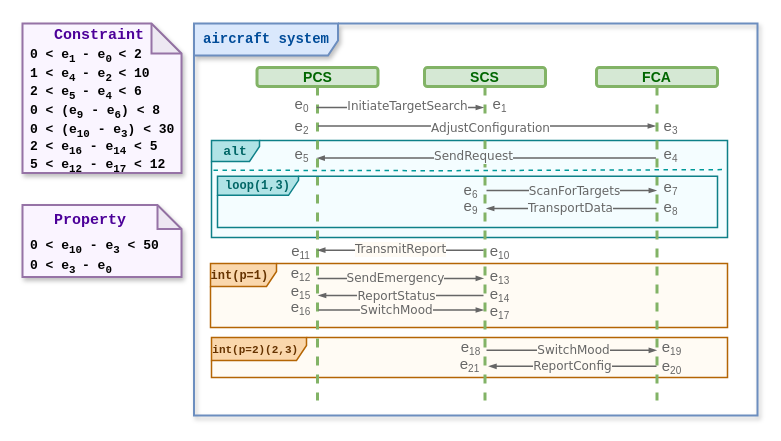
This is example.drawio from ShiYufei0708/draw, a draw.io file, before an edit. Source tidied: cells renumbered, new cells numbered last; positions are measured from the earlier drawing's top-left corner, leaving out a move shared by most shapes. Both pictures are drawn from the tidied source at 100%, with x=0, y=0 at pixel (22, 20).
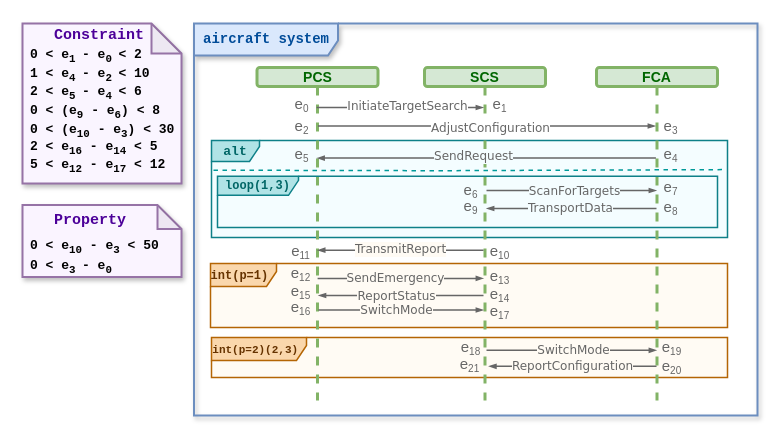
The same page after the edit.

The change refers to these unchanged cells:
```xml
<mxCell id="28" style="html=1;verticalAlign=bottom;endArrow=blockThin;curved=0;rounded=0;endSize=4;strokeWidth=1.5;endFill=1;strokeColor=light-dark(#666666,#EDEDED);" parent="1" edge="1">
  <mxGeometry relative="1" as="geometry">
    <mxPoint x="295.9" y="289.5" as="sourcePoint" />
    <mxPoint x="461" y="289.5" as="targetPoint" />
  </mxGeometry>
</mxCell>
<mxCell id="30" style="html=1;verticalAlign=bottom;endArrow=none;curved=0;rounded=0;endFill=0;strokeColor=light-dark(#666666,#EDEDED);endSize=4;strokeWidth=1.5;startSize=4;startArrow=blockThin;startFill=1;" parent="1" edge="1">
  <mxGeometry relative="1" as="geometry">
    <mxPoint x="634" y="329.8" as="sourcePoint" />
    <mxPoint x="464" y="329.8" as="targetPoint" />
  </mxGeometry>
</mxCell>
<mxCell id="32" style="html=1;verticalAlign=bottom;endArrow=none;curved=0;rounded=0;endSize=4;strokeWidth=1.5;endFill=0;strokeColor=light-dark(#666666,#EDEDED);startArrow=blockThin;startFill=1;startSize=4;" parent="1" edge="1">
  <mxGeometry relative="1" as="geometry">
    <mxPoint x="466.3" y="345.8" as="sourcePoint" />
    <mxPoint x="634" y="345.8" as="targetPoint" />
  </mxGeometry>
</mxCell>
<mxCell id="58" style="group;strokeWidth=3;dashed=1;shadow=1;rounded=0;" parent="1" vertex="1">
  <mxGeometry y="3" width="159" height="172" as="geometry" />
</mxCell>
```

Diff of the diagram source:
```diff
@@
-    <mxCell id="29" value="&lt;span style=&quot;text-align: left; white-space: pre-wrap;&quot;&gt;&lt;font style=&quot;font-size: 12px;&quot; face=&quot;Verdana&quot;&gt;SwitchMood&lt;/font&gt;&lt;/span&gt;" style="edgeLabel;html=1;align=center;verticalAlign=middle;labelBackgroundColor=light-dark(#fffbf4, #ededed);fontColor=#666666;" parent="28" vertex="1">
+    <mxCell id="29" value="&lt;span style=&quot;text-align: left; white-space: pre-wrap;&quot;&gt;&lt;font style=&quot;font-size: 12px;&quot; face=&quot;Verdana&quot;&gt;SwitchMode&lt;/font&gt;&lt;/span&gt;" style="edgeLabel;html=1;align=center;verticalAlign=middle;labelBackgroundColor=light-dark(#fffbf4, #ededed);fontColor=#666666;" parent="28" vertex="1">
       <mxGeometry x="-0.02" y="-1" relative="1" as="geometry">
         <mxPoint x="-3" y="-1" as="offset" />
       </mxGeometry>
     </mxCell>
@@
-    <mxCell id="31" value="&lt;font style=&quot;font-size: 12px;&quot; face=&quot;Verdana&quot;&gt;SwitchMood&lt;/font&gt;" style="edgeLabel;html=1;align=center;verticalAlign=middle;fontColor=#666666;labelBackgroundColor=light-dark(#fffbf4, #ededed);" parent="30" vertex="1">
+    <mxCell id="31" value="&lt;font style=&quot;font-size: 12px;&quot; face=&quot;Verdana&quot;&gt;SwitchMode&lt;/font&gt;" style="edgeLabel;html=1;align=center;verticalAlign=middle;fontColor=#666666;labelBackgroundColor=light-dark(#fffbf4, #ededed);" parent="30" vertex="1">
       <mxGeometry x="0.17" relative="1" as="geometry">
         <mxPoint x="15" as="offset" />
       </mxGeometry>
     </mxCell>
@@
-    <mxCell id="33" value="&lt;div style=&quot;text-align: left;&quot;&gt;&lt;span style=&quot;background-color: light-dark(rgb(255, 251, 244), rgb(237, 237, 237)); color: light-dark(rgb(102, 102, 102), rgb(149, 149, 149)); white-space: pre-wrap;&quot;&gt;&lt;font style=&quot;font-size: 12px;&quot; face=&quot;Verdana&quot;&gt;ReportConfig&lt;/font&gt;&lt;/span&gt;&lt;/div&gt;" style="edgeLabel;html=1;align=center;verticalAlign=middle;labelBackgroundColor=light-dark(#fffbf4, #ededed);fontColor=#666666;" parent="32" vertex="1">
+    <mxCell id="33" value="&lt;div style=&quot;text-align: left;&quot;&gt;&lt;span style=&quot;background-color: light-dark(rgb(255, 251, 244), rgb(237, 237, 237)); color: light-dark(rgb(102, 102, 102), rgb(149, 149, 149)); white-space: pre-wrap;&quot;&gt;&lt;font style=&quot;font-size: 12px;&quot; face=&quot;Verdana&quot;&gt;ReportConfiguration&lt;/font&gt;&lt;/span&gt;&lt;/div&gt;" style="edgeLabel;html=1;align=center;verticalAlign=middle;labelBackgroundColor=light-dark(#fffbf4, #ededed);fontColor=#666666;" parent="32" vertex="1">
       <mxGeometry x="-0.02" y="-1" relative="1" as="geometry">
         <mxPoint x="1" y="-1" as="offset" />
       </mxGeometry>
     </mxCell>
@@
     <mxCell id="59" style="shape=note;whiteSpace=wrap;html=1;backgroundOutline=1;darkOpacity=0.05;strokeColor=#9673a6;strokeWidth=2;fillColor=light-dark(#faf5ff, #392f3f);shadow=1;" parent="58" vertex="1">
-      <mxGeometry width="159" height="149.4" as="geometry" />
+      <mxGeometry width="159" height="160" as="geometry" />
     </mxCell>
```
